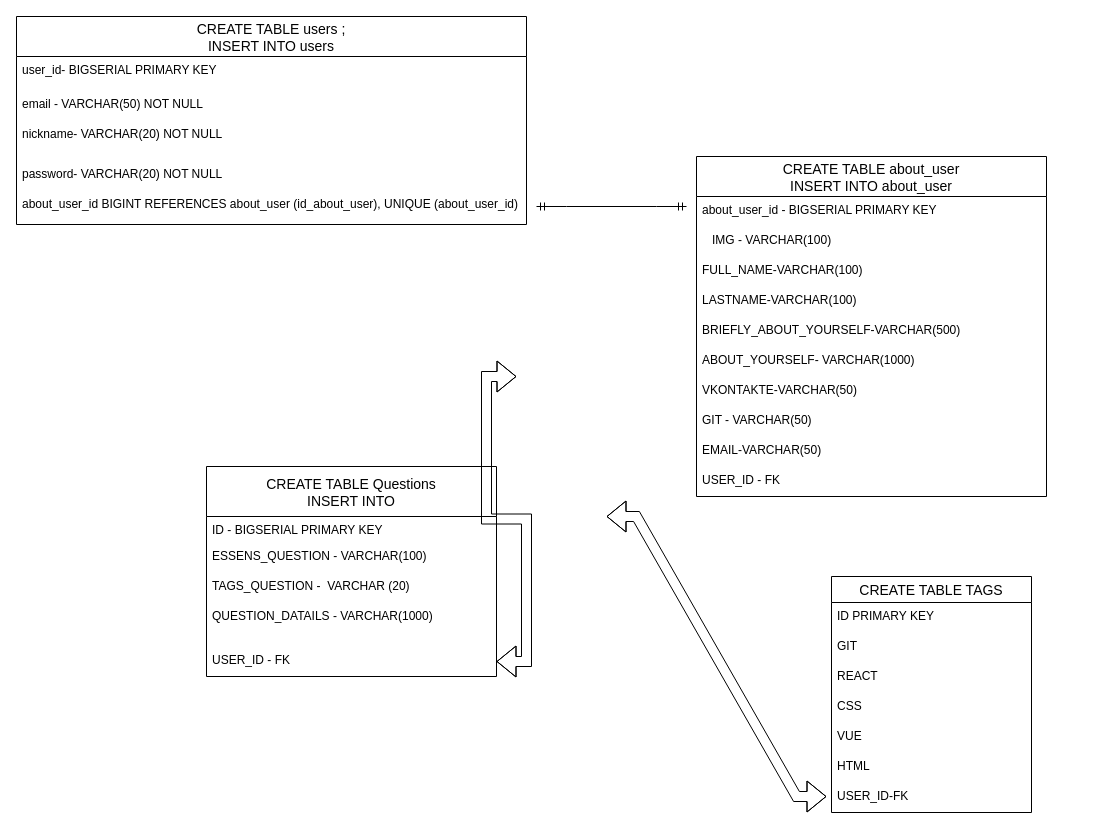
The draw.io diagram Таблица сущностей.drawio in AleksandrSmirnov92/BlogCopyHabr, before the edit. Source tidied: cells renumbered, new cells numbered last; positions are measured from the earlier drawing's top-left corner, leaving out a move shared by most shapes. Both pictures are drawn from the tidied source at 100%, with x=0, y=0 at pixel (16, 16).
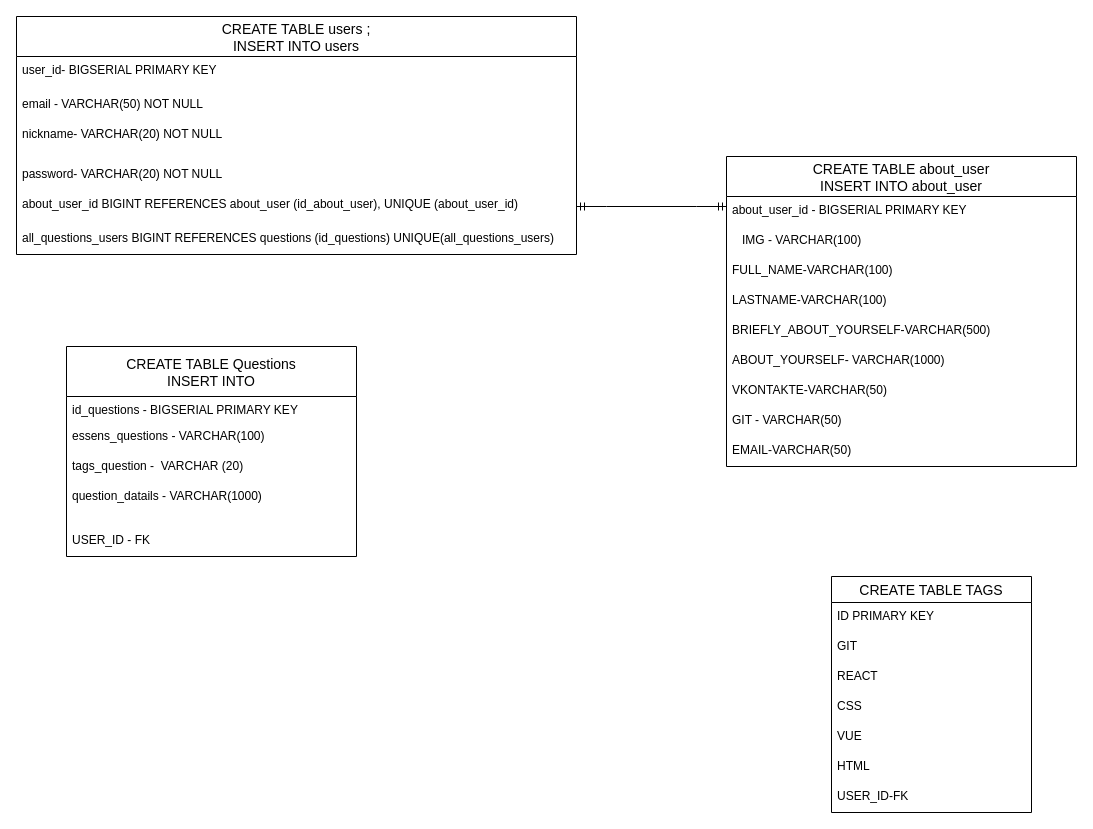
The same diagram, later.

Unchanged cells that the change refers to:
```xml
<mxCell id="32" value="USER_ID - FK" style="text;strokeColor=none;fillColor=none;spacingLeft=4;spacingRight=4;overflow=hidden;points=[[0,0.5],[1,0.5]];portConstraint=eastwest;fontSize=12;" parent="27" vertex="1">
  <mxGeometry y="180" width="290" height="30" as="geometry" />
</mxCell>
```

Diff of the diagram source:
```diff
@@
     <mxCell id="2" value="CREATE TABLE users ;&#10;INSERT INTO users" style="swimlane;fontStyle=0;horizontal=1;startSize=40;align=center;fontSize=14;" parent="1" vertex="1">
-      <mxGeometry width="510" height="208" as="geometry" />
+      <mxGeometry width="560" height="238" as="geometry" />
     </mxCell>
     <mxCell id="3" value="user_id- BIGSERIAL PRIMARY KEY" style="text;strokeColor=none;fillColor=none;spacingLeft=4;spacingRight=4;overflow=hidden;fontSize=12;" parent="2" vertex="1">
-      <mxGeometry y="40" width="510" height="34" as="geometry" />
+      <mxGeometry y="40" width="560" height="34" as="geometry" />
     </mxCell>
     <mxCell id="4" value="email - VARCHAR(50) NOT NULL&#10;" style="text;strokeColor=none;fillColor=none;spacingLeft=4;spacingRight=4;overflow=hidden;fontSize=12;" parent="2" vertex="1">
-      <mxGeometry y="74" width="510" height="30" as="geometry" />
+      <mxGeometry y="74" width="560" height="30" as="geometry" />
     </mxCell>
     <mxCell id="5" value="nickname- VARCHAR(20) NOT NULL" style="text;strokeColor=none;fillColor=none;spacingLeft=4;spacingRight=4;overflow=hidden;fontSize=12;" parent="2" vertex="1">
-      <mxGeometry y="104" width="510" height="40" as="geometry" />
+      <mxGeometry y="104" width="560" height="40" as="geometry" />
     </mxCell>
     <mxCell id="6" value="password- VARCHAR(20) NOT NULL" style="text;strokeColor=none;fillColor=none;spacingLeft=4;spacingRight=4;overflow=hidden;fontSize=12;" parent="2" vertex="1">
-      <mxGeometry y="144" width="510" height="30" as="geometry" />
+      <mxGeometry y="144" width="560" height="30" as="geometry" />
     </mxCell>
     <mxCell id="7" value="about_user_id BIGINT REFERENCES about_user (id_about_user), UNIQUE (about_user_id)" style="text;strokeColor=none;fillColor=none;spacingLeft=4;spacingRight=4;overflow=hidden;fontSize=12;" parent="2" vertex="1">
-      <mxGeometry y="174" width="510" height="34" as="geometry" />
+      <mxGeometry y="174" width="560" height="34" as="geometry" />
     </mxCell>
+    <mxCell id="36" value="all_questions_users BIGINT REFERENCES questions (id_questions) UNIQUE(all_questions_users)" style="text;strokeColor=none;fillColor=none;spacingLeft=4;spacingRight=4;overflow=hidden;fontSize=12;" parent="2" vertex="1">
+      <mxGeometry y="208" width="560" height="30" as="geometry" />
+    </mxCell>
     <mxCell id="8" value="CREATE TABLE about_user&#10;INSERT INTO about_user" style="swimlane;fontStyle=0;horizontal=1;startSize=40;align=center;fontSize=14;" parent="1" vertex="1">
-      <mxGeometry x="680" y="140" width="350" height="340" as="geometry" />
+      <mxGeometry x="710" y="140" width="350" height="310" as="geometry" />
     </mxCell>
@@
-    <mxCell id="18" value="USER_ID - FK" style="text;strokeColor=none;fillColor=none;spacingLeft=4;spacingRight=4;overflow=hidden;fontSize=12;" parent="8" vertex="1">
-      <mxGeometry y="310" width="350" height="30" as="geometry" />
-    </mxCell>
@@
     <mxCell id="27" value="CREATE TABLE Questions&#10;INSERT INTO" style="swimlane;fontStyle=0;horizontal=1;startSize=50;align=center;fontSize=14;" parent="1" vertex="1">
-      <mxGeometry x="190" y="450" width="290" height="210" as="geometry" />
+      <mxGeometry x="50" y="330" width="290" height="210" as="geometry" />
     </mxCell>
-    <mxCell id="28" value="ID - BIGSERIAL PRIMARY KEY" style="text;strokeColor=none;fillColor=none;spacingLeft=4;spacingRight=4;overflow=hidden;fontSize=12;" parent="27" vertex="1">
+    <mxCell id="28" value="id_questions - BIGSERIAL PRIMARY KEY" style="text;strokeColor=none;fillColor=none;spacingLeft=4;spacingRight=4;overflow=hidden;fontSize=12;" parent="27" vertex="1">
       <mxGeometry y="50" width="290" height="26" as="geometry" />
     </mxCell>
-    <mxCell id="29" value="ESSENS_QUESTION - VARCHAR(100)" style="text;strokeColor=none;fillColor=none;spacingLeft=4;spacingRight=4;overflow=hidden;fontSize=12;" parent="27" vertex="1">
+    <mxCell id="29" value="essens_questions - VARCHAR(100)" style="text;strokeColor=none;fillColor=none;spacingLeft=4;spacingRight=4;overflow=hidden;fontSize=12;" parent="27" vertex="1">
       <mxGeometry y="76" width="290" height="30" as="geometry" />
     </mxCell>
-    <mxCell id="30" value="TAGS_QUESTION -  VARCHAR (20)" style="text;strokeColor=none;fillColor=none;spacingLeft=4;spacingRight=4;overflow=hidden;fontSize=12;" parent="27" vertex="1">
+    <mxCell id="30" value="tags_question -  VARCHAR (20)" style="text;strokeColor=none;fillColor=none;spacingLeft=4;spacingRight=4;overflow=hidden;fontSize=12;" parent="27" vertex="1">
       <mxGeometry y="106" width="290" height="30" as="geometry" />
     </mxCell>
-    <mxCell id="31" value="QUESTION_DATAILS - VARCHAR(1000)" style="text;strokeColor=none;fillColor=none;spacingLeft=4;spacingRight=4;overflow=hidden;fontSize=12;" parent="27" vertex="1">
+    <mxCell id="31" value="question_datails - VARCHAR(1000)" style="text;strokeColor=none;fillColor=none;spacingLeft=4;spacingRight=4;overflow=hidden;fontSize=12;" parent="27" vertex="1">
       <mxGeometry y="136" width="290" height="44" as="geometry" />
     </mxCell>
@@
-    <mxCell id="33" style="edgeStyle=entityRelationEdgeStyle;fontSize=12;html=1;endArrow=ERmany;startArrow=ERmany;rounded=0;shape=flexArrow;exitX=1;exitY=0.5;exitDx=0;exitDy=0;" parent="1" edge="1" source="32">
-      <mxGeometry relative="1" as="geometry">
-        <mxPoint x="500" y="360" as="targetPoint" />
-      </mxGeometry>
-    </mxCell>
-    <mxCell id="34" style="edgeStyle=entityRelationEdgeStyle;fontSize=12;html=1;endArrow=ERmany;startArrow=ERmany;rounded=0;shape=flexArrow;" parent="1" edge="1">
-      <mxGeometry relative="1" as="geometry">
-        <mxPoint x="590" y="500" as="sourcePoint" />
-        <mxPoint x="810" y="780" as="targetPoint" />
-      </mxGeometry>
-    </mxCell>
     <mxCell id="35" style="edgeStyle=entityRelationEdgeStyle;fontSize=12;html=1;endArrow=ERmandOne;startArrow=ERmandOne;rounded=0;" parent="1" edge="1">
       <mxGeometry relative="1" as="geometry">
-        <mxPoint x="520" y="190" as="sourcePoint" />
-        <mxPoint x="670" y="190" as="targetPoint" />
+        <mxPoint x="560" y="190" as="sourcePoint" />
+        <mxPoint x="710" y="190" as="targetPoint" />
       </mxGeometry>
     </mxCell>
```
